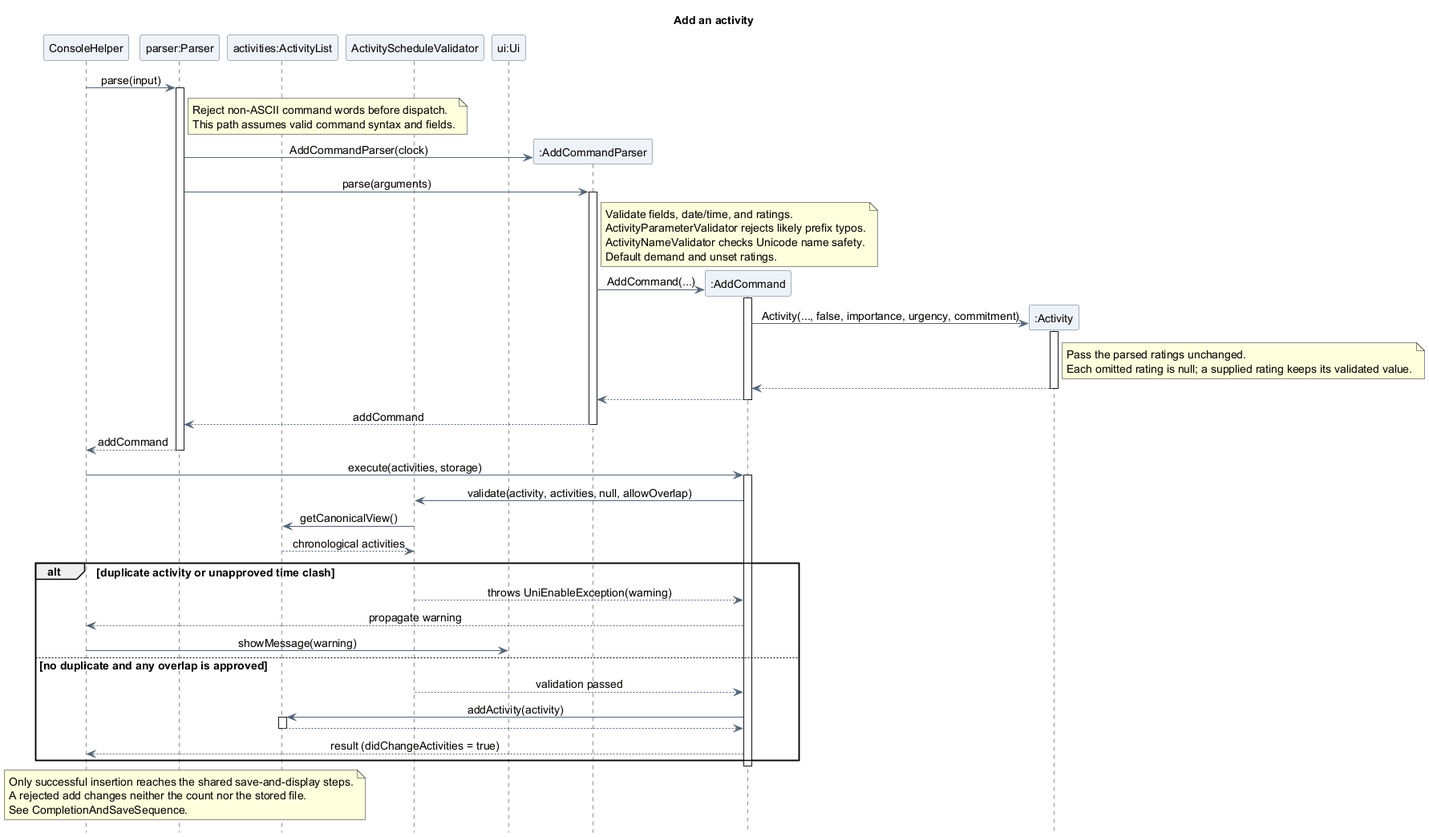
This is docs/images/atharva/sequence/AddActivitySequence.png from AY2627S1-CS2113-T10-4/tp, a PlantUML export, as it was before one commit.
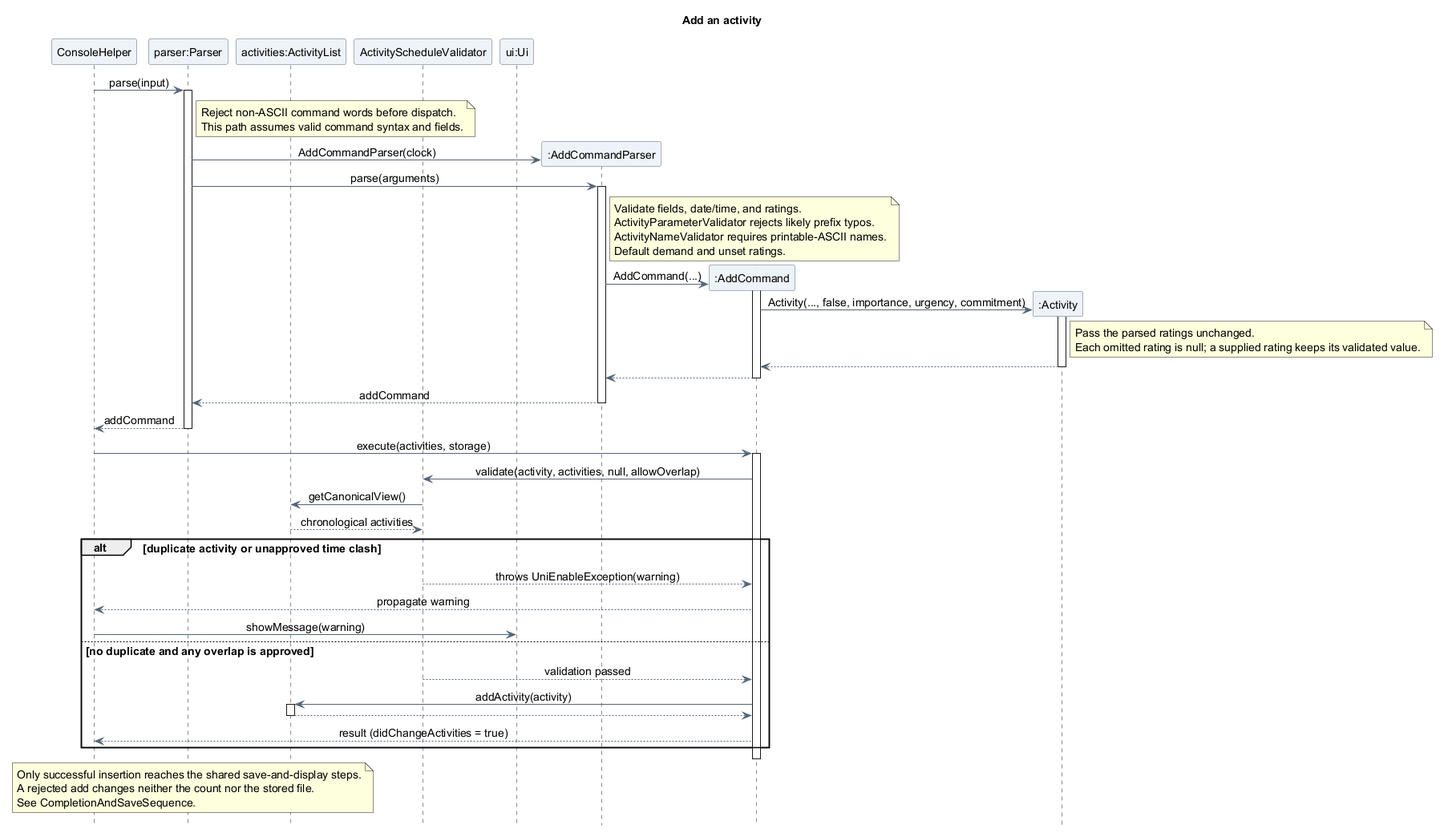
After the change.

The edit, as a diff of the source:
```diff
@@ -29,7 +29,7 @@
 note right of AddParser
   Validate fields, date/time, and ratings.
   ActivityParameterValidator rejects likely prefix typos.
-  ActivityNameValidator checks Unicode name safety.
+  ActivityNameValidator requires printable-ASCII names.
   Default demand and unset ratings.
 end note
 create participant ":AddCommand" as Add
```
